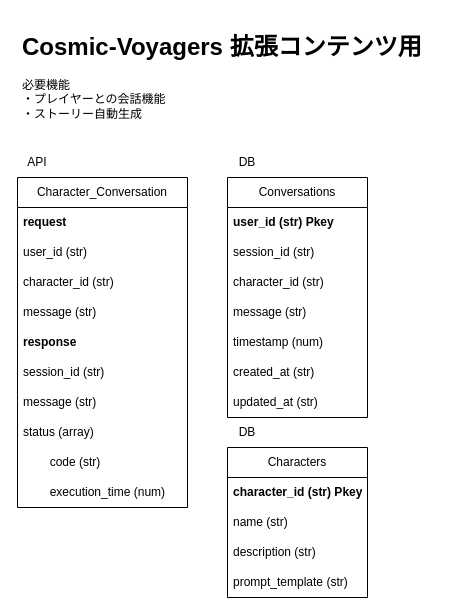
Above: map.drawio in AntiInsufficientSleep/Cosmic-Voyagers-backend (draw.io), before the change. Source tidied: cells renumbered, new cells numbered last; positions are measured from the earlier drawing's top-left corner, leaving out a move shared by most shapes. Both pictures are drawn from the tidied source at 100%, with x=0, y=0 at pixel (17, 27).
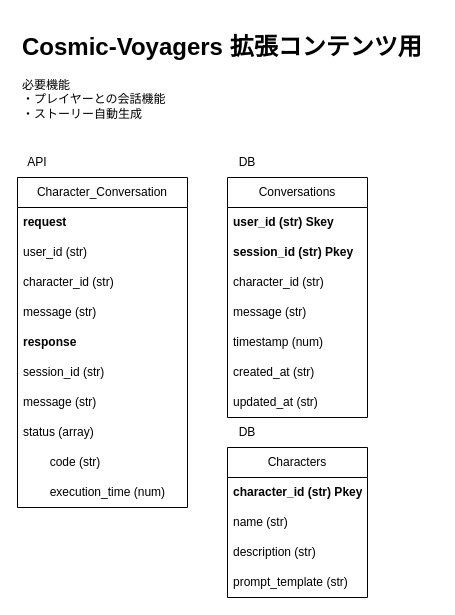
After the change.

Commit message:
update: プライマリーキーを一部変更

The change refers to these unchanged cells:
```xml
<mxCell id="16" value="Conversations" style="swimlane;fontStyle=0;horizontal=1;startSize=30;whiteSpace=wrap;html=1;" parent="1" vertex="1">
  <mxGeometry x="210" y="150" width="140" height="240" as="geometry" />
</mxCell>
```

What changed in the source:
```diff
@@
-    <mxCell id="17" value="&lt;b&gt;user_id (str) Pkey&lt;/b&gt;" style="text;strokeColor=none;fillColor=none;align=left;verticalAlign=middle;spacingLeft=4;spacingRight=4;overflow=hidden;whiteSpace=wrap;html=1;" parent="16" vertex="1">
+    <mxCell id="17" value="&lt;b&gt;user_id (str) Skey&lt;/b&gt;" style="text;strokeColor=none;fillColor=none;align=left;verticalAlign=middle;spacingLeft=4;spacingRight=4;overflow=hidden;whiteSpace=wrap;html=1;" parent="16" vertex="1">
       <mxGeometry y="30" width="140" height="30" as="geometry" />
     </mxCell>
-    <mxCell id="18" value="session_id (str)" style="text;strokeColor=none;fillColor=none;align=left;verticalAlign=middle;spacingLeft=4;spacingRight=4;overflow=hidden;whiteSpace=wrap;html=1;" parent="16" vertex="1">
+    <mxCell id="18" value="&lt;b&gt;session_id (str) Pkey&lt;/b&gt;" style="text;strokeColor=none;fillColor=none;align=left;verticalAlign=middle;spacingLeft=4;spacingRight=4;overflow=hidden;whiteSpace=wrap;html=1;" parent="16" vertex="1">
       <mxGeometry y="60" width="140" height="30" as="geometry" />
     </mxCell>
```
